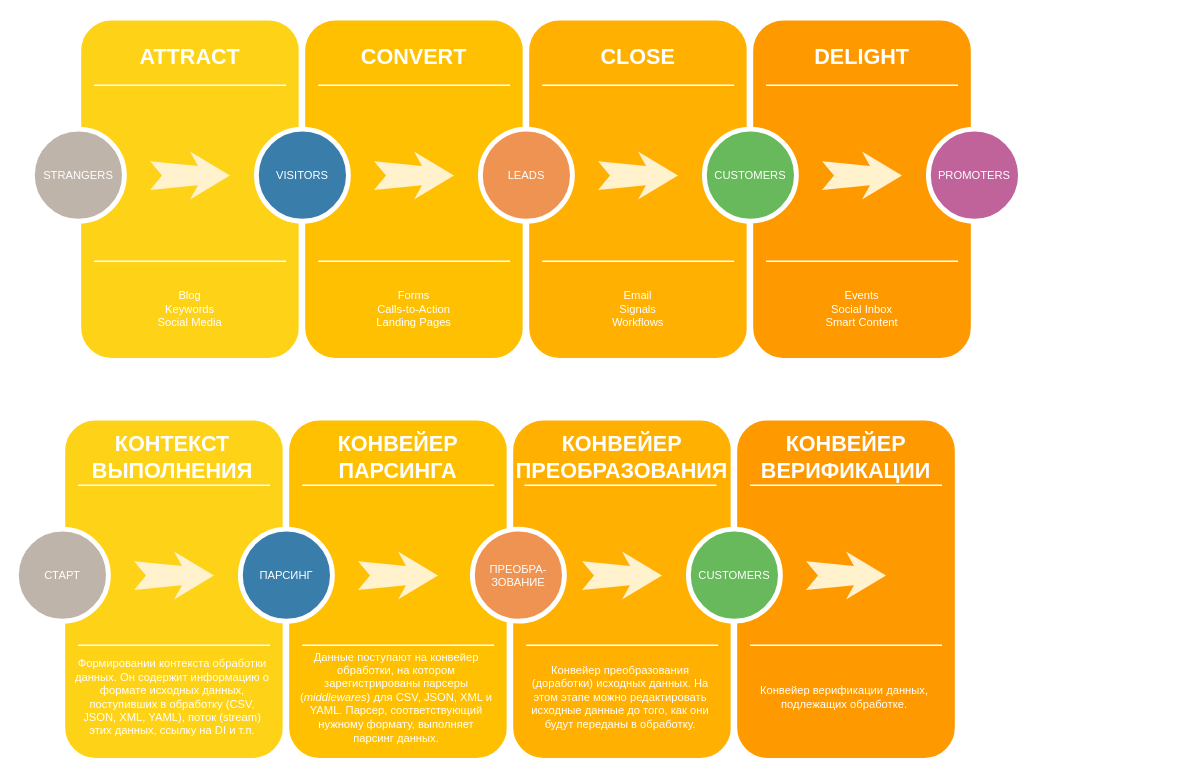
Above: Диаграмма без названия.drawio in Andrey-Bushman/data-import (draw.io), before the change. Source tidied: cells renumbered, new cells numbered last; positions are measured from the earlier drawing's top-left corner, leaving out a move shared by most shapes. Both pictures are drawn from the tidied source at 80%, with x=0, y=0 at pixel (16, 17).
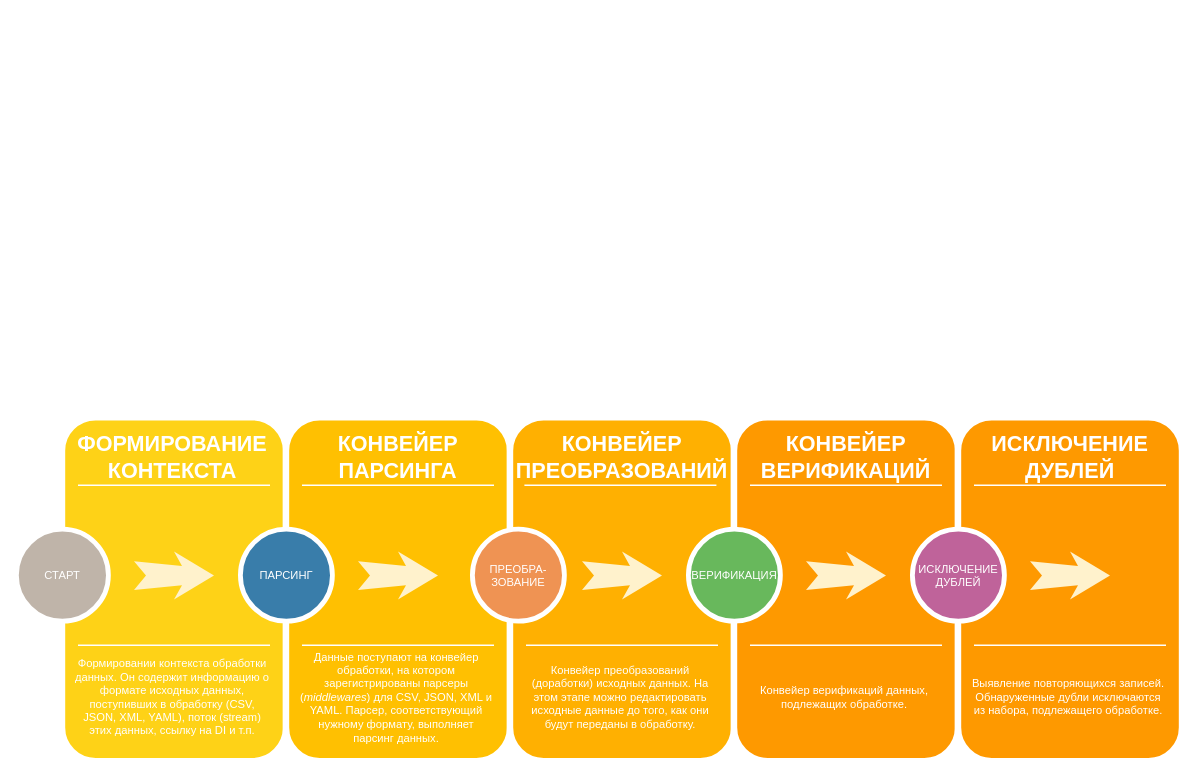
The same page after the edit.

The edit, as a diff of the source:
```diff
@@
-    <mxCell id="2" style="whiteSpace=wrap;html=1;rounded=1;shadow=0;strokeWidth=8;fontSize=20;align=center;fillColor=#FED217;strokeColor=#FFFFFF;" parent="1" vertex="1">
-      <mxGeometry x="77" width="280" height="430" as="geometry" />
-    </mxCell>
-    <mxCell id="3" value="ATTRACT" style="text;html=1;strokeColor=none;fillColor=none;align=center;verticalAlign=middle;whiteSpace=wrap;rounded=0;shadow=0;fontSize=27;fontColor=#FFFFFF;fontStyle=1;" parent="1" vertex="1">
-      <mxGeometry x="77" y="20" width="280" height="60" as="geometry" />
-    </mxCell>
-    <mxCell id="4" value="Blog&lt;div&gt;Keywords&lt;/div&gt;&lt;div&gt;Social Media&lt;/div&gt;" style="text;html=1;strokeColor=none;fillColor=none;align=center;verticalAlign=middle;whiteSpace=wrap;rounded=0;shadow=0;fontSize=14;fontColor=#FFFFFF;" parent="1" vertex="1">
-      <mxGeometry x="77" y="320" width="280" height="90" as="geometry" />
-    </mxCell>
-    <mxCell id="5" style="line;strokeWidth=2;html=1;rounded=0;shadow=0;fontSize=27;align=center;fillColor=none;strokeColor=#FFFFFF;" parent="1" vertex="1">
-      <mxGeometry x="97" y="80" width="240" height="10" as="geometry" />
-    </mxCell>
-    <mxCell id="6" style="line;strokeWidth=2;html=1;rounded=0;shadow=0;fontSize=27;align=center;fillColor=none;strokeColor=#FFFFFF;" parent="1" vertex="1">
-      <mxGeometry x="97" y="300" width="240" height="10" as="geometry" />
-    </mxCell>
-    <mxCell id="7" value="STRANGERS" style="ellipse;whiteSpace=wrap;html=1;rounded=0;shadow=0;strokeWidth=6;fontSize=14;align=center;fillColor=#BFB4A9;strokeColor=#FFFFFF;fontColor=#FFFFFF;" parent="1" vertex="1">
-      <mxGeometry x="20" y="140" width="115" height="115" as="geometry" />
-    </mxCell>
-    <mxCell id="8" style="html=1;shadow=0;dashed=0;align=center;verticalAlign=middle;shape=mxgraph.arrows2.stylisedArrow;dy=0.6;dx=40;notch=15;feather=0.4;rounded=0;strokeWidth=1;fontSize=27;strokeColor=none;fillColor=#fff2cc;" parent="1" vertex="1">
-      <mxGeometry x="167" y="168" width="100" height="60" as="geometry" />
-    </mxCell>
-    <mxCell id="9" style="whiteSpace=wrap;html=1;rounded=1;shadow=0;strokeWidth=8;fontSize=20;align=center;fillColor=#FFC001;strokeColor=#FFFFFF;" parent="1" vertex="1">
-      <mxGeometry x="357" width="280" height="430" as="geometry" />
-    </mxCell>
-    <mxCell id="10" value="CONVERT" style="text;html=1;strokeColor=none;fillColor=none;align=center;verticalAlign=middle;whiteSpace=wrap;rounded=0;shadow=0;fontSize=27;fontColor=#FFFFFF;fontStyle=1;" parent="1" vertex="1">
-      <mxGeometry x="357" y="20" width="280" height="60" as="geometry" />
-    </mxCell>
-    <mxCell id="11" value="Forms&lt;div&gt;Calls-to-Action&lt;/div&gt;&lt;div&gt;Landing Pages&lt;/div&gt;" style="text;html=1;strokeColor=none;fillColor=none;align=center;verticalAlign=middle;whiteSpace=wrap;rounded=0;shadow=0;fontSize=14;fontColor=#FFFFFF;" parent="1" vertex="1">
-      <mxGeometry x="357" y="320" width="280" height="90" as="geometry" />
-    </mxCell>
-    <mxCell id="12" style="line;strokeWidth=2;html=1;rounded=0;shadow=0;fontSize=27;align=center;fillColor=none;strokeColor=#FFFFFF;" parent="1" vertex="1">
-      <mxGeometry x="377" y="80" width="240" height="10" as="geometry" />
-    </mxCell>
-    <mxCell id="13" style="line;strokeWidth=2;html=1;rounded=0;shadow=0;fontSize=27;align=center;fillColor=none;strokeColor=#FFFFFF;" parent="1" vertex="1">
-      <mxGeometry x="377" y="300" width="240" height="10" as="geometry" />
-    </mxCell>
-    <mxCell id="14" value="VISITORS" style="ellipse;whiteSpace=wrap;html=1;rounded=0;shadow=0;strokeWidth=6;fontSize=14;align=center;fillColor=#397DAA;strokeColor=#FFFFFF;fontColor=#FFFFFF;" parent="1" vertex="1">
-      <mxGeometry x="300" y="140" width="115" height="115" as="geometry" />
-    </mxCell>
-    <mxCell id="15" style="html=1;shadow=0;dashed=0;align=center;verticalAlign=middle;shape=mxgraph.arrows2.stylisedArrow;dy=0.6;dx=40;notch=15;feather=0.4;rounded=0;strokeWidth=1;fontSize=27;strokeColor=none;fillColor=#fff2cc;" parent="1" vertex="1">
-      <mxGeometry x="447" y="168" width="100" height="60" as="geometry" />
-    </mxCell>
-    <mxCell id="16" style="whiteSpace=wrap;html=1;rounded=1;shadow=0;strokeWidth=8;fontSize=20;align=center;fillColor=#FFB001;strokeColor=#FFFFFF;" parent="1" vertex="1">
-      <mxGeometry x="637" width="280" height="430" as="geometry" />
-    </mxCell>
-    <mxCell id="17" value="CLOSE" style="text;html=1;strokeColor=none;fillColor=none;align=center;verticalAlign=middle;whiteSpace=wrap;rounded=0;shadow=0;fontSize=27;fontColor=#FFFFFF;fontStyle=1;" parent="1" vertex="1">
-      <mxGeometry x="637" y="20" width="280" height="60" as="geometry" />
-    </mxCell>
-    <mxCell id="18" value="Email&lt;div&gt;Signals&lt;/div&gt;&lt;div&gt;Workflows&lt;/div&gt;" style="text;html=1;strokeColor=none;fillColor=none;align=center;verticalAlign=middle;whiteSpace=wrap;rounded=0;shadow=0;fontSize=14;fontColor=#FFFFFF;" parent="1" vertex="1">
-      <mxGeometry x="637" y="320" width="280" height="90" as="geometry" />
-    </mxCell>
-    <mxCell id="19" style="line;strokeWidth=2;html=1;rounded=0;shadow=0;fontSize=27;align=center;fillColor=none;strokeColor=#FFFFFF;" parent="1" vertex="1">
-      <mxGeometry x="657" y="80" width="240" height="10" as="geometry" />
-    </mxCell>
-    <mxCell id="20" style="line;strokeWidth=2;html=1;rounded=0;shadow=0;fontSize=27;align=center;fillColor=none;strokeColor=#FFFFFF;" parent="1" vertex="1">
-      <mxGeometry x="657" y="300" width="240" height="10" as="geometry" />
-    </mxCell>
-    <mxCell id="21" value="LEADS" style="ellipse;whiteSpace=wrap;html=1;rounded=0;shadow=0;strokeWidth=6;fontSize=14;align=center;fillColor=#EF9353;strokeColor=#FFFFFF;fontColor=#FFFFFF;" parent="1" vertex="1">
-      <mxGeometry x="580" y="140" width="115" height="115" as="geometry" />
-    </mxCell>
-    <mxCell id="22" style="html=1;shadow=0;dashed=0;align=center;verticalAlign=middle;shape=mxgraph.arrows2.stylisedArrow;dy=0.6;dx=40;notch=15;feather=0.4;rounded=0;strokeWidth=1;fontSize=27;strokeColor=none;fillColor=#fff2cc;" parent="1" vertex="1">
-      <mxGeometry x="727" y="168" width="100" height="60" as="geometry" />
-    </mxCell>
-    <mxCell id="23" style="whiteSpace=wrap;html=1;rounded=1;shadow=0;strokeWidth=8;fontSize=20;align=center;fillColor=#FE9900;strokeColor=#FFFFFF;" parent="1" vertex="1">
-      <mxGeometry x="917" width="280" height="430" as="geometry" />
-    </mxCell>
-    <mxCell id="24" value="DELIGHT" style="text;html=1;strokeColor=none;fillColor=none;align=center;verticalAlign=middle;whiteSpace=wrap;rounded=0;shadow=0;fontSize=27;fontColor=#FFFFFF;fontStyle=1;" parent="1" vertex="1">
-      <mxGeometry x="917" y="20" width="280" height="60" as="geometry" />
-    </mxCell>
-    <mxCell id="25" value="Events&lt;div&gt;Social Inbox&lt;/div&gt;&lt;div&gt;Smart Content&lt;/div&gt;" style="text;html=1;strokeColor=none;fillColor=none;align=center;verticalAlign=middle;whiteSpace=wrap;rounded=0;shadow=0;fontSize=14;fontColor=#FFFFFF;" parent="1" vertex="1">
-      <mxGeometry x="917" y="320" width="280" height="90" as="geometry" />
-    </mxCell>
-    <mxCell id="26" style="line;strokeWidth=2;html=1;rounded=0;shadow=0;fontSize=27;align=center;fillColor=none;strokeColor=#FFFFFF;" parent="1" vertex="1">
-      <mxGeometry x="937" y="80" width="240" height="10" as="geometry" />
-    </mxCell>
-    <mxCell id="27" style="line;strokeWidth=2;html=1;rounded=0;shadow=0;fontSize=27;align=center;fillColor=none;strokeColor=#FFFFFF;" parent="1" vertex="1">
-      <mxGeometry x="937" y="300" width="240" height="10" as="geometry" />
-    </mxCell>
-    <mxCell id="28" value="CUSTOMERS" style="ellipse;whiteSpace=wrap;html=1;rounded=0;shadow=0;strokeWidth=6;fontSize=14;align=center;fillColor=#68B85C;strokeColor=#FFFFFF;fontColor=#FFFFFF;" parent="1" vertex="1">
-      <mxGeometry x="860" y="140" width="115" height="115" as="geometry" />
-    </mxCell>
-    <mxCell id="29" style="html=1;shadow=0;dashed=0;align=center;verticalAlign=middle;shape=mxgraph.arrows2.stylisedArrow;dy=0.6;dx=40;notch=15;feather=0.4;rounded=0;strokeWidth=1;fontSize=27;strokeColor=none;fillColor=#fff2cc;" parent="1" vertex="1">
-      <mxGeometry x="1007" y="168" width="100" height="60" as="geometry" />
-    </mxCell>
-    <mxCell id="30" value="PROMOTERS" style="ellipse;whiteSpace=wrap;html=1;rounded=0;shadow=0;strokeWidth=6;fontSize=14;align=center;fillColor=#BF639A;strokeColor=#FFFFFF;fontColor=#FFFFFF;" parent="1" vertex="1">
-      <mxGeometry x="1140" y="140" width="115" height="115" as="geometry" />
-    </mxCell>
@@
-    <mxCell id="32" value="КОНТЕКСТ ВЫПОЛНЕНИЯ" style="text;html=1;strokeColor=none;fillColor=none;align=center;verticalAlign=middle;whiteSpace=wrap;rounded=0;shadow=0;fontSize=27;fontColor=#FFFFFF;fontStyle=1;" parent="1" vertex="1">
+    <mxCell id="32" value="ФОРМИРОВАНИЕ КОНТЕКСТА" style="text;html=1;strokeColor=none;fillColor=none;align=center;verticalAlign=middle;whiteSpace=wrap;rounded=0;shadow=0;fontSize=27;fontColor=#FFFFFF;fontStyle=1;" parent="1" vertex="1">
       <mxGeometry x="70" y="520" width="250" height="60" as="geometry" />
     </mxCell>
@@
-    <mxCell id="46" value="КОНВЕЙЕР ПРЕОБРАЗОВАНИЯ" style="text;html=1;strokeColor=none;fillColor=none;align=center;verticalAlign=middle;whiteSpace=wrap;rounded=0;shadow=0;fontSize=27;fontColor=#FFFFFF;fontStyle=1;" parent="1" vertex="1">
+    <mxCell id="46" value="КОНВЕЙЕР ПРЕОБРАЗОВАНИЙ" style="text;html=1;strokeColor=none;fillColor=none;align=center;verticalAlign=middle;whiteSpace=wrap;rounded=0;shadow=0;fontSize=27;fontColor=#FFFFFF;fontStyle=1;" parent="1" vertex="1">
       <mxGeometry x="617" y="525" width="280" height="50" as="geometry" />
     </mxCell>
-    <mxCell id="47" value="Конвейер преобразования (доработки) исходных данных. На этом этапе можно редактировать исходные данные до того, как они будут переданы в обработку." style="text;html=1;strokeColor=none;fillColor=none;align=center;verticalAlign=middle;whiteSpace=wrap;rounded=0;shadow=0;fontSize=14;fontColor=#FFFFFF;" parent="1" vertex="1">
+    <mxCell id="47" value="Конвейер преобразований (доработки) исходных данных. На этом этапе можно редактировать исходные данные до того, как они будут переданы в обработку." style="text;html=1;strokeColor=none;fillColor=none;align=center;verticalAlign=middle;whiteSpace=wrap;rounded=0;shadow=0;fontSize=14;fontColor=#FFFFFF;" parent="1" vertex="1">
       <mxGeometry x="630" y="790" width="250" height="120" as="geometry" />
     </mxCell>
@@
-    <mxCell id="53" value="КОНВЕЙЕР ВЕРИФИКАЦИИ" style="text;html=1;strokeColor=none;fillColor=none;align=center;verticalAlign=middle;whiteSpace=wrap;rounded=0;shadow=0;fontSize=27;fontColor=#FFFFFF;fontStyle=1;" parent="1" vertex="1">
+    <mxCell id="53" value="КОНВЕЙЕР ВЕРИФИКАЦИЙ" style="text;html=1;strokeColor=none;fillColor=none;align=center;verticalAlign=middle;whiteSpace=wrap;rounded=0;shadow=0;fontSize=27;fontColor=#FFFFFF;fontStyle=1;" parent="1" vertex="1">
       <mxGeometry x="897" y="520" width="280" height="60" as="geometry" />
     </mxCell>
-    <mxCell id="54" value="Конвейер верификации данных, подлежащих обработке." style="text;html=1;strokeColor=none;fillColor=none;align=center;verticalAlign=middle;whiteSpace=wrap;rounded=0;shadow=0;fontSize=14;fontColor=#FFFFFF;" parent="1" vertex="1">
+    <mxCell id="54" value="Конвейер верификаций данных, подлежащих обработке." style="text;html=1;strokeColor=none;fillColor=none;align=center;verticalAlign=middle;whiteSpace=wrap;rounded=0;shadow=0;fontSize=14;fontColor=#FFFFFF;" parent="1" vertex="1">
       <mxGeometry x="910" y="790" width="250" height="120" as="geometry" />
     </mxCell>
@@
-    <mxCell id="57" value="CUSTOMERS" style="ellipse;whiteSpace=wrap;html=1;rounded=0;shadow=0;strokeWidth=6;fontSize=14;align=center;fillColor=#68B85C;strokeColor=#FFFFFF;fontColor=#FFFFFF;" parent="1" vertex="1">
+    <mxCell id="57" value="ВЕРИФИКАЦИЯ" style="ellipse;whiteSpace=wrap;html=1;rounded=0;shadow=0;strokeWidth=6;fontSize=14;align=center;fillColor=#68B85C;strokeColor=#FFFFFF;fontColor=#FFFFFF;" parent="1" vertex="1">
       <mxGeometry x="840" y="640" width="115" height="115" as="geometry" />
     </mxCell>
@@
+    <mxCell id="59" style="whiteSpace=wrap;html=1;rounded=1;shadow=0;strokeWidth=8;fontSize=20;align=center;fillColor=#FE9900;strokeColor=#FFFFFF;" parent="1" vertex="1">
+      <mxGeometry x="1177" y="500" width="280" height="430" as="geometry" />
+    </mxCell>
+    <mxCell id="60" value="ИСКЛЮЧЕНИЕ ДУБЛЕЙ" style="text;html=1;strokeColor=none;fillColor=none;align=center;verticalAlign=middle;whiteSpace=wrap;rounded=0;shadow=0;fontSize=27;fontColor=#FFFFFF;fontStyle=1;" parent="1" vertex="1">
+      <mxGeometry x="1177" y="520" width="280" height="60" as="geometry" />
+    </mxCell>
+    <mxCell id="61" value="Выявление повторяющихся записей. Обнаруженные дубли исключаются из набора, подлежащего обработке." style="text;html=1;strokeColor=none;fillColor=none;align=center;verticalAlign=middle;whiteSpace=wrap;rounded=0;shadow=0;fontSize=14;fontColor=#FFFFFF;" parent="1" vertex="1">
+      <mxGeometry x="1190" y="790" width="250" height="120" as="geometry" />
+    </mxCell>
+    <mxCell id="62" style="line;strokeWidth=2;html=1;rounded=0;shadow=0;fontSize=27;align=center;fillColor=none;strokeColor=#FFFFFF;" parent="1" vertex="1">
+      <mxGeometry x="1197" y="580" width="240" height="10" as="geometry" />
+    </mxCell>
+    <mxCell id="63" style="line;strokeWidth=2;html=1;rounded=0;shadow=0;fontSize=27;align=center;fillColor=none;strokeColor=#FFFFFF;" parent="1" vertex="1">
+      <mxGeometry x="1197" y="780" width="240" height="10" as="geometry" />
+    </mxCell>
+    <mxCell id="64" style="html=1;shadow=0;dashed=0;align=center;verticalAlign=middle;shape=mxgraph.arrows2.stylisedArrow;dy=0.6;dx=40;notch=15;feather=0.4;rounded=0;strokeWidth=1;fontSize=27;strokeColor=none;fillColor=#fff2cc;" parent="1" vertex="1">
+      <mxGeometry x="1267" y="668" width="100" height="60" as="geometry" />
+    </mxCell>
+    <mxCell id="65" value="ИСКЛЮЧЕНИЕ ДУБЛЕЙ" style="ellipse;whiteSpace=wrap;html=1;rounded=0;shadow=0;strokeWidth=6;fontSize=14;align=center;fillColor=#BF639A;strokeColor=#FFFFFF;fontColor=#FFFFFF;" parent="1" vertex="1">
+      <mxGeometry x="1120" y="640" width="115" height="115" as="geometry" />
+    </mxCell>
```
